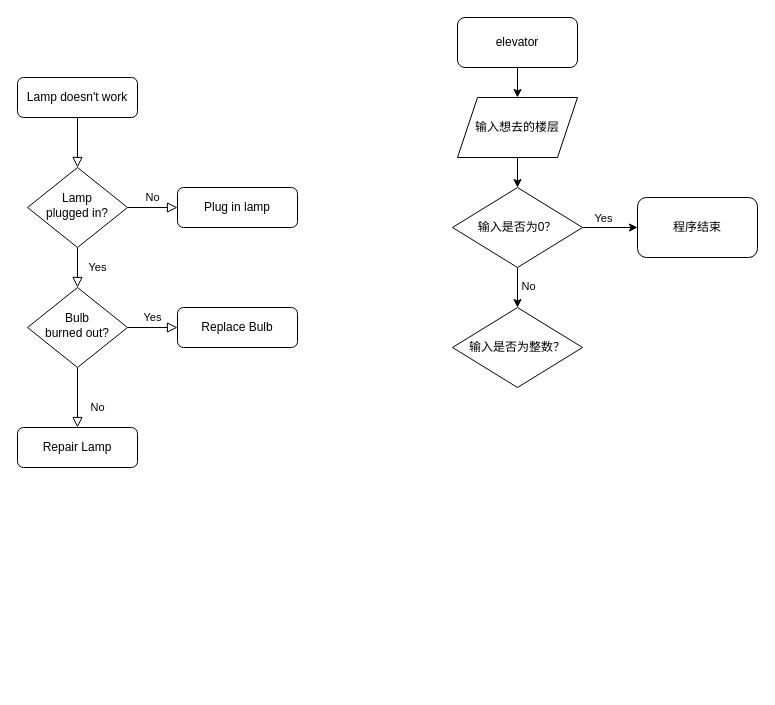
This is elevotar.drawio from log-Aquinas/draw, a draw.io file, before an edit. Source tidied: cells renumbered, new cells numbered last; positions are measured from the earlier drawing's top-left corner, leaving out a move shared by most shapes. Both pictures are drawn from the tidied source at 100%, with x=0, y=0 at pixel (17, 17).
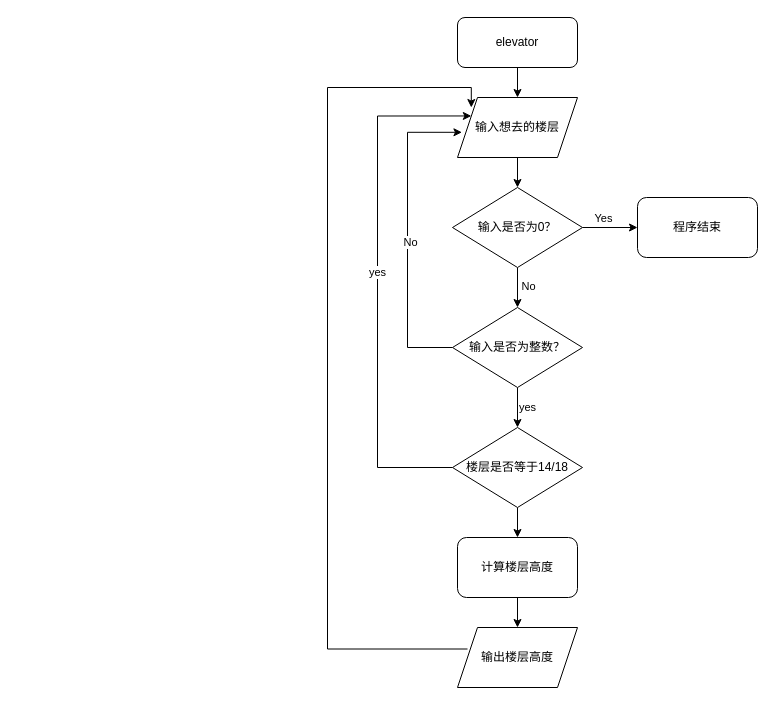
After the change.

The change refers to these unchanged cells:
```xml
<mxCell id="16" value="输入想去的楼层" style="shape=parallelogram;perimeter=parallelogramPerimeter;whiteSpace=wrap;html=1;fixedSize=1;" parent="1" vertex="1">
  <mxGeometry x="440" y="80" width="120" height="60" as="geometry" />
</mxCell>
<mxCell id="23" value="输入是否为整数？" style="rhombus;whiteSpace=wrap;html=1;" parent="1" vertex="1">
  <mxGeometry x="435" y="290" width="130" height="80" as="geometry" />
</mxCell>
```

What changed in the source:
```diff
@@
-    <mxCell id="2" style="rounded=0;html=1;jettySize=auto;fontSize=11;endArrow=block;endFill=0;endSize=8;strokeWidth=1;shadow=0;labelBackgroundColor=none;edgeStyle=orthogonalEdgeStyle;" parent="1" edge="1" source="3" target="6">
-      <mxGeometry relative="1" as="geometry" />
-    </mxCell>
-    <mxCell id="3" value="Lamp doesn't work" style="rounded=1;whiteSpace=wrap;html=1;fontSize=12;glass=0;strokeWidth=1;shadow=0;" parent="1" vertex="1">
-      <mxGeometry y="60" width="120" height="40" as="geometry" />
-    </mxCell>
-    <mxCell id="4" value="Yes" style="rounded=0;html=1;jettySize=auto;fontSize=11;endArrow=block;endFill=0;endSize=8;strokeWidth=1;shadow=0;labelBackgroundColor=none;edgeStyle=orthogonalEdgeStyle;" parent="1" edge="1" source="6" target="10">
-      <mxGeometry y="20" relative="1" as="geometry" />
-    </mxCell>
-    <mxCell id="5" value="No" style="edgeStyle=orthogonalEdgeStyle;rounded=0;html=1;jettySize=auto;fontSize=11;endArrow=block;endFill=0;endSize=8;strokeWidth=1;shadow=0;labelBackgroundColor=none;" parent="1" edge="1" source="6" target="7">
-      <mxGeometry y="10" relative="1" as="geometry" />
-    </mxCell>
-    <mxCell id="6" value="Lamp&lt;br&gt;plugged in?" style="rhombus;whiteSpace=wrap;html=1;shadow=0;fontFamily=Helvetica;fontSize=12;align=center;strokeWidth=1;spacing=6;spacingTop=-4;" parent="1" vertex="1">
-      <mxGeometry x="10" y="150" width="100" height="80" as="geometry" />
-    </mxCell>
-    <mxCell id="7" value="Plug in lamp" style="rounded=1;whiteSpace=wrap;html=1;fontSize=12;glass=0;strokeWidth=1;shadow=0;" parent="1" vertex="1">
-      <mxGeometry x="160" y="170" width="120" height="40" as="geometry" />
-    </mxCell>
-    <mxCell id="8" value="No" style="rounded=0;html=1;jettySize=auto;fontSize=11;endArrow=block;endFill=0;endSize=8;strokeWidth=1;shadow=0;labelBackgroundColor=none;edgeStyle=orthogonalEdgeStyle;" parent="1" edge="1" source="10" target="11">
-      <mxGeometry x="0.33" y="20" relative="1" as="geometry" />
-    </mxCell>
-    <mxCell id="9" value="Yes" style="edgeStyle=orthogonalEdgeStyle;rounded=0;html=1;jettySize=auto;fontSize=11;endArrow=block;endFill=0;endSize=8;strokeWidth=1;shadow=0;labelBackgroundColor=none;" parent="1" edge="1" source="10" target="12">
-      <mxGeometry y="10" relative="1" as="geometry" />
-    </mxCell>
-    <mxCell id="10" value="Bulb&lt;br&gt;burned out?" style="rhombus;whiteSpace=wrap;html=1;shadow=0;fontFamily=Helvetica;fontSize=12;align=center;strokeWidth=1;spacing=6;spacingTop=-4;" parent="1" vertex="1">
-      <mxGeometry x="10" y="270" width="100" height="80" as="geometry" />
-    </mxCell>
-    <mxCell id="11" value="Repair Lamp" style="rounded=1;whiteSpace=wrap;html=1;fontSize=12;glass=0;strokeWidth=1;shadow=0;" parent="1" vertex="1">
-      <mxGeometry y="410" width="120" height="40" as="geometry" />
-    </mxCell>
-    <mxCell id="12" value="Replace Bulb" style="rounded=1;whiteSpace=wrap;html=1;fontSize=12;glass=0;strokeWidth=1;shadow=0;" parent="1" vertex="1">
-      <mxGeometry x="160" y="290" width="120" height="40" as="geometry" />
-    </mxCell>
@@
+    <mxCell id="24" style="edgeStyle=orthogonalEdgeStyle;rounded=0;jettySize=auto;html=1;entryX=0.037;entryY=0.58;entryDx=0;entryDy=0;entryPerimeter=0;" parent="1" edge="1" source="23" target="16">
+      <mxGeometry relative="1" as="geometry">
+        <Array as="points">
+          <mxPoint x="390" y="330" />
+          <mxPoint x="390" y="115" />
+        </Array>
+      </mxGeometry>
+    </mxCell>
+    <mxCell id="25" value="No" style="edgeLabel;html=1;align=center;verticalAlign=middle;" parent="24" vertex="1">
+      <mxGeometry x="-0.04" y="-2" relative="1" as="geometry" />
+    </mxCell>
+    <mxCell id="26" value="yes" style="edgeStyle=orthogonalEdgeStyle;rounded=0;jettySize=auto;html=1;" parent="1" edge="1" source="23" target="30">
+      <mxGeometry y="10" relative="1" as="geometry" />
+    </mxCell>
@@
+    <mxCell id="27" style="edgeStyle=orthogonalEdgeStyle;rounded=0;jettySize=auto;html=1;exitX=0;exitY=0.5;exitDx=0;exitDy=0;entryX=0;entryY=0.25;entryDx=0;entryDy=0;" parent="1" edge="1" source="30" target="16">
+      <mxGeometry relative="1" as="geometry">
+        <Array as="points">
+          <mxPoint x="360" y="450" />
+          <mxPoint x="360" y="99" />
+        </Array>
+      </mxGeometry>
+    </mxCell>
+    <mxCell id="28" value="yes" style="edgeLabel;html=1;align=center;verticalAlign=middle;" parent="27" vertex="1">
+      <mxGeometry x="0.04" y="1" relative="1" as="geometry" />
+    </mxCell>
+    <mxCell id="29" style="edgeStyle=orthogonalEdgeStyle;rounded=0;jettySize=auto;html=1;" parent="1" edge="1" source="30" target="32">
+      <mxGeometry relative="1" as="geometry" />
+    </mxCell>
+    <mxCell id="30" value="楼层是否等于14/18" style="rhombus;whiteSpace=wrap;html=1;" parent="1" vertex="1">
+      <mxGeometry x="435" y="410" width="130" height="80" as="geometry" />
+    </mxCell>
+    <mxCell id="31" style="edgeStyle=orthogonalEdgeStyle;rounded=0;jettySize=auto;html=1;" parent="1" edge="1" source="32" target="34">
+      <mxGeometry relative="1" as="geometry" />
+    </mxCell>
+    <mxCell id="32" value="计算楼层高度" style="rounded=1;whiteSpace=wrap;html=1;" parent="1" vertex="1">
+      <mxGeometry x="440" y="520" width="120" height="60" as="geometry" />
+    </mxCell>
+    <mxCell id="33" style="edgeStyle=orthogonalEdgeStyle;rounded=0;orthogonalLoop=1;jettySize=auto;html=1;exitX=0;exitY=0.5;exitDx=0;exitDy=0;entryX=0;entryY=0.25;entryDx=0;entryDy=0;" parent="1" edge="1">
+      <mxGeometry relative="1" as="geometry">
+        <mxPoint x="450" y="631.5" as="sourcePoint" />
+        <mxPoint x="453.8" y="90" as="targetPoint" />
+        <Array as="points">
+          <mxPoint x="310" y="632" />
+          <mxPoint x="310" y="70" />
+          <mxPoint x="454" y="70" />
+        </Array>
+      </mxGeometry>
+    </mxCell>
+    <mxCell id="34" value="输出楼层高度" style="shape=parallelogram;perimeter=parallelogramPerimeter;whiteSpace=wrap;html=1;fixedSize=1;" parent="1" vertex="1">
+      <mxGeometry x="440" y="610" width="120" height="60" as="geometry" />
+    </mxCell>
```
